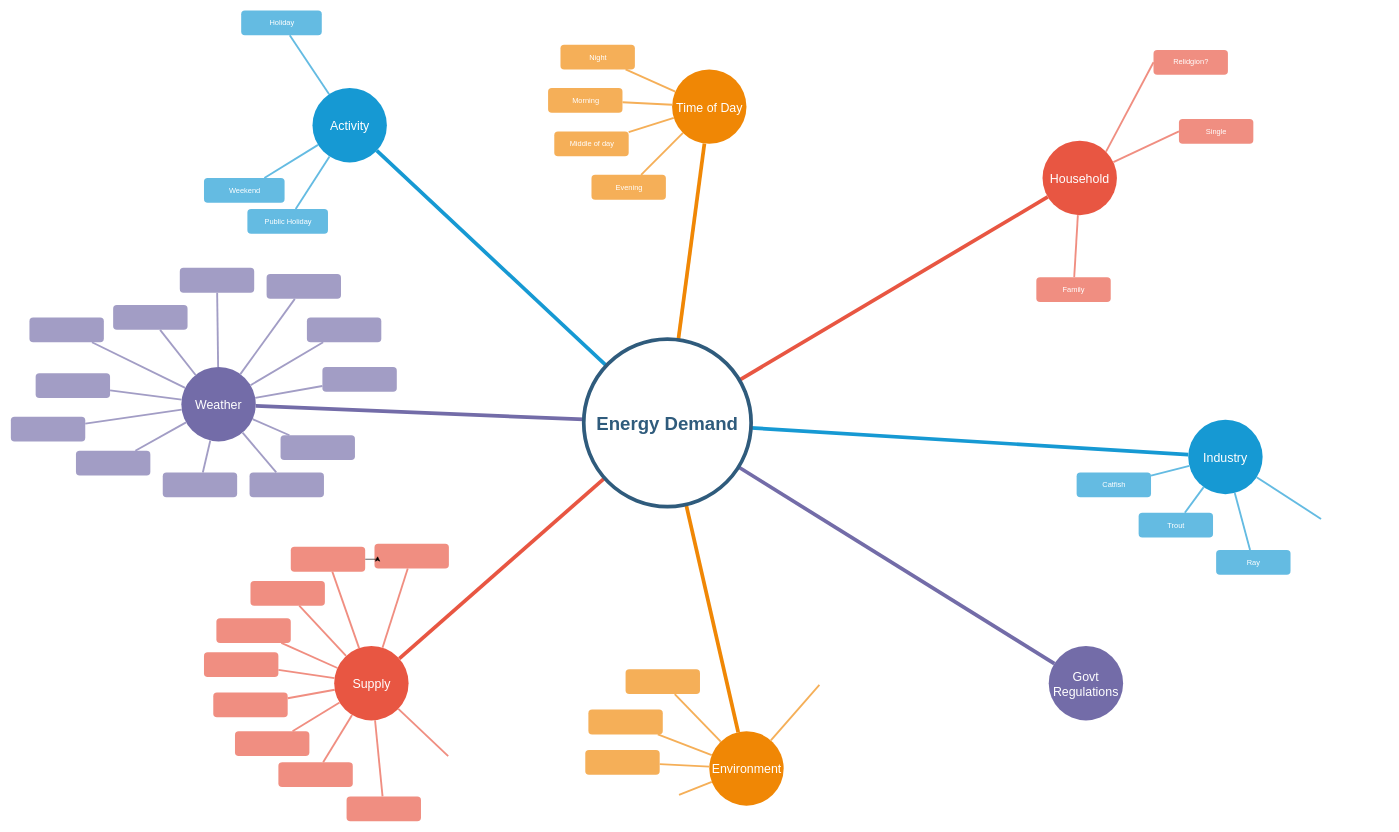
This is minutes/The Big Fans.drawio from Jimbobaus/project, a draw.io file, before an edit. Source tidied: cells renumbered, new cells numbered last; positions are measured from the earlier drawing's top-left corner, leaving out a move shared by most shapes. Both pictures are drawn from the tidied source at 62%, with x=0, y=0 at pixel (11, 10).
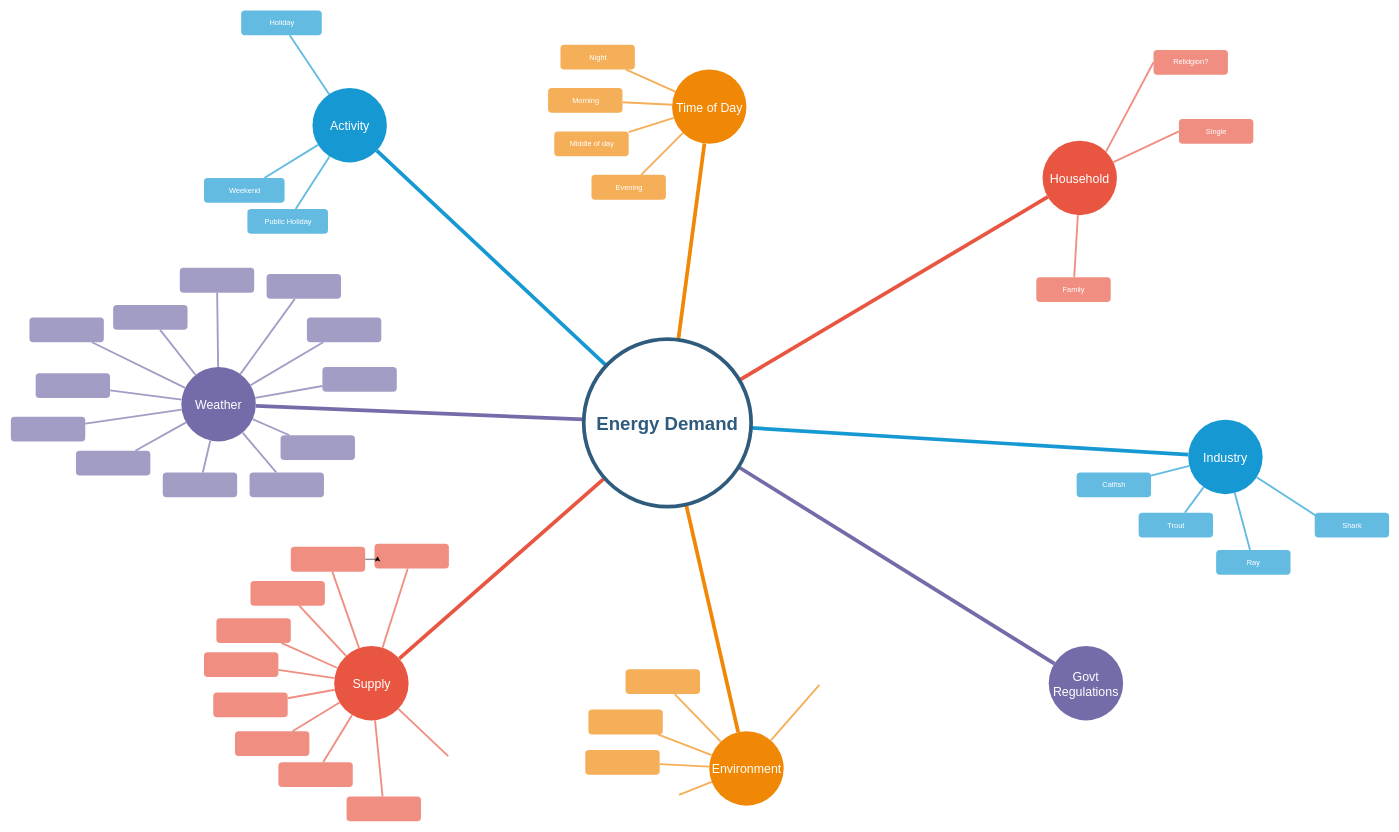
Above is the later version.

Diff of the diagram source:
```diff
@@
+    <mxCell id="99" value="Shark" style="rounded=1;fillColor=#64BBE2;strokeColor=none;strokeWidth=3;shadow=0;html=1;fontColor=#FFFFFF;" parent="1" vertex="1">
+      <mxGeometry x="2103" y="810.5" width="120" height="40" as="geometry" />
+    </mxCell>
```
